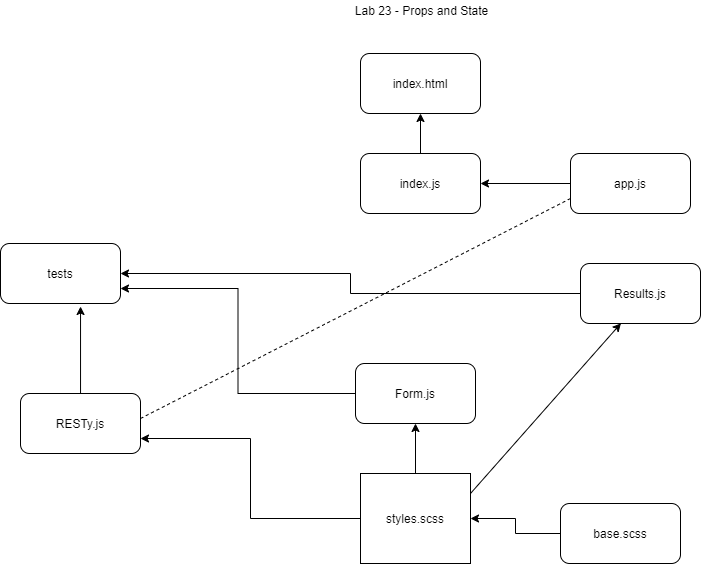
The draw.io diagram whiteboard.png in Shubham-401n16/Props-and-State---Postman-replica, before a commit. Source tidied: cells renumbered, new cells last; positions are measured from the earlier drawing's top-left corner, leaving out a move shared by most shapes. Its diagram source:
```xml
<mxGraphModel>
  <root>
    <mxCell id="0" />
    <mxCell id="1" parent="0" />
    <mxCell id="2" value="index.html" style="rounded=1;whiteSpace=wrap;html=1;" parent="1" vertex="1">
      <mxGeometry x="360" y="53" width="120" height="60" as="geometry" />
    </mxCell>
    <mxCell id="3" style="edgeStyle=orthogonalEdgeStyle;rounded=0;jettySize=auto;html=1;" parent="1" edge="1" source="4" target="2">
      <mxGeometry relative="1" as="geometry" />
    </mxCell>
    <mxCell id="4" value="index.js" style="rounded=1;whiteSpace=wrap;html=1;" parent="1" vertex="1">
      <mxGeometry x="360" y="153" width="120" height="60" as="geometry" />
    </mxCell>
    <mxCell id="5" style="edgeStyle=orthogonalEdgeStyle;rounded=0;jettySize=auto;html=1;entryX=1;entryY=0.5;entryDx=0;entryDy=0;" parent="1" edge="1" source="6" target="4">
      <mxGeometry relative="1" as="geometry" />
    </mxCell>
    <mxCell id="6" value="app.js" style="rounded=1;whiteSpace=wrap;html=1;" parent="1" vertex="1">
      <mxGeometry x="570" y="153" width="120" height="60" as="geometry" />
    </mxCell>
    <mxCell id="7" style="edgeStyle=orthogonalEdgeStyle;rounded=0;jettySize=auto;html=1;entryX=0.667;entryY=1.05;entryDx=0;entryDy=0;entryPerimeter=0;" parent="1" edge="1" source="8" target="13">
      <mxGeometry relative="1" as="geometry" />
    </mxCell>
    <mxCell id="8" value="RESTy.js" style="rounded=1;whiteSpace=wrap;html=1;" parent="1" vertex="1">
      <mxGeometry x="20" y="393" width="120" height="60" as="geometry" />
    </mxCell>
    <mxCell id="9" style="edgeStyle=orthogonalEdgeStyle;rounded=0;jettySize=auto;html=1;entryX=1;entryY=0.75;entryDx=0;entryDy=0;" parent="1" edge="1" source="10" target="13">
      <mxGeometry relative="1" as="geometry" />
    </mxCell>
    <mxCell id="10" value="Form.js" style="rounded=1;whiteSpace=wrap;html=1;" parent="1" vertex="1">
      <mxGeometry x="355" y="363" width="120" height="60" as="geometry" />
    </mxCell>
    <mxCell id="11" style="edgeStyle=orthogonalEdgeStyle;rounded=0;jettySize=auto;html=1;entryX=1;entryY=0.5;entryDx=0;entryDy=0;" parent="1" edge="1" source="12" target="13">
      <mxGeometry relative="1" as="geometry" />
    </mxCell>
    <mxCell id="12" value="Results.js" style="rounded=1;whiteSpace=wrap;html=1;" parent="1" vertex="1">
      <mxGeometry x="580" y="263" width="120" height="60" as="geometry" />
    </mxCell>
    <mxCell id="13" value="tests" style="rounded=1;whiteSpace=wrap;html=1;" parent="1" vertex="1">
      <mxGeometry y="243" width="120" height="60" as="geometry" />
    </mxCell>
    <mxCell id="14" style="edgeStyle=orthogonalEdgeStyle;rounded=0;jettySize=auto;html=1;entryX=1;entryY=0.75;entryDx=0;entryDy=0;" parent="1" edge="1" source="16" target="8">
      <mxGeometry relative="1" as="geometry" />
    </mxCell>
    <mxCell id="15" style="edgeStyle=orthogonalEdgeStyle;rounded=0;jettySize=auto;html=1;entryX=0.5;entryY=1;entryDx=0;entryDy=0;" parent="1" edge="1" source="16" target="10">
      <mxGeometry relative="1" as="geometry" />
    </mxCell>
    <mxCell id="16" value="styles.scss" style="rounded=1;whiteSpace=wrap;html=1;arcSize=0;" parent="1" vertex="1">
      <mxGeometry x="360" y="473" width="110" height="90" as="geometry" />
    </mxCell>
    <mxCell id="17" style="edgeStyle=orthogonalEdgeStyle;rounded=0;jettySize=auto;html=1;exitX=0;exitY=0.5;exitDx=0;exitDy=0;entryX=1;entryY=0.5;entryDx=0;entryDy=0;" parent="1" edge="1" source="18" target="16">
      <mxGeometry relative="1" as="geometry" />
    </mxCell>
    <mxCell id="18" value="base.scss" style="rounded=1;whiteSpace=wrap;html=1;" parent="1" vertex="1">
      <mxGeometry x="560" y="503" width="120" height="60" as="geometry" />
    </mxCell>
    <mxCell id="19" style="endArrow=classic;html=1;entryX=0.337;entryY=0.997;entryDx=0;entryDy=0;entryPerimeter=0;" parent="1" edge="1" target="12">
      <mxGeometry relative="1" as="geometry">
        <mxPoint x="470" y="493" as="sourcePoint" />
      </mxGeometry>
    </mxCell>
    <mxCell id="20" style="endArrow=none;dashed=1;html=1;entryX=0;entryY=0.75;entryDx=0;entryDy=0;" parent="1" edge="1" target="6">
      <mxGeometry relative="1" as="geometry">
        <mxPoint x="140" y="418" as="sourcePoint" />
      </mxGeometry>
    </mxCell>
    <mxCell id="21" value="Lab 23 - Props and State" style="text;html=1;align=center;verticalAlign=middle;" parent="1" vertex="1">
      <mxGeometry x="346" width="150" height="20" as="geometry" />
    </mxCell>
  </root>
</mxGraphModel>
```
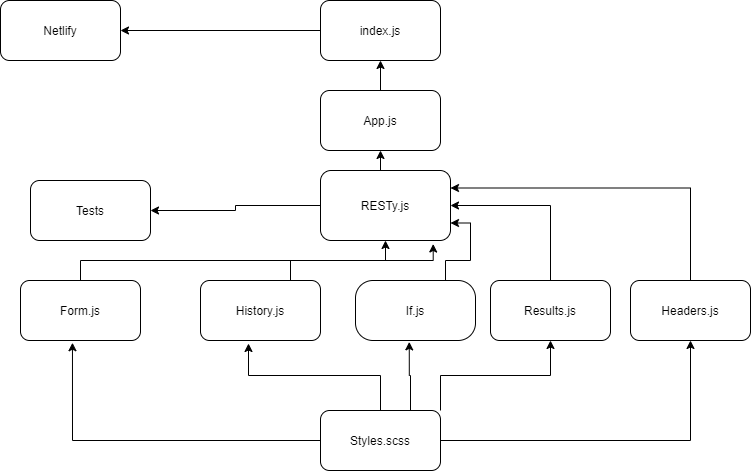
Later version of the same file.

The edit, as a diff of the source:
```diff
@@ -2,69 +2,80 @@
   <root>
     <mxCell id="0" />
     <mxCell id="1" parent="0" />
-    <mxCell id="2" value="index.html" style="rounded=1;whiteSpace=wrap;html=1;" parent="1" vertex="1">
-      <mxGeometry x="360" y="53" width="120" height="60" as="geometry" />
-    </mxCell>
-    <mxCell id="3" style="edgeStyle=orthogonalEdgeStyle;rounded=0;jettySize=auto;html=1;" parent="1" edge="1" source="4" target="2">
-      <mxGeometry relative="1" as="geometry" />
-    </mxCell>
+    <mxCell id="22" value="Netlify" style="rounded=1;whiteSpace=wrap;html=1;" parent="1" vertex="1">
+      <mxGeometry x="60" y="43" width="120" height="60" as="geometry" />
+    </mxCell>
+    <mxCell id="23" style="edgeStyle=orthogonalEdgeStyle;rounded=0;jettySize=auto;html=1;exitX=0;exitY=0.5;exitDx=0;exitDy=0;entryX=1;entryY=0.5;entryDx=0;entryDy=0;" parent="1" edge="1" source="4" target="22">
+      <mxGeometry relative="1" as="geometry" />
+    </mxCell>
     <mxCell id="4" value="index.js" style="rounded=1;whiteSpace=wrap;html=1;" parent="1" vertex="1">
-      <mxGeometry x="360" y="153" width="120" height="60" as="geometry" />
+      <mxGeometry x="380" y="43" width="120" height="60" as="geometry" />
     </mxCell>
-    <mxCell id="5" style="edgeStyle=orthogonalEdgeStyle;rounded=0;jettySize=auto;html=1;entryX=1;entryY=0.5;entryDx=0;entryDy=0;" parent="1" edge="1" source="6" target="4">
-      <mxGeometry relative="1" as="geometry" />
-    </mxCell>
-    <mxCell id="6" value="app.js" style="rounded=1;whiteSpace=wrap;html=1;" parent="1" vertex="1">
-      <mxGeometry x="570" y="153" width="120" height="60" as="geometry" />
-    </mxCell>
-    <mxCell id="7" style="edgeStyle=orthogonalEdgeStyle;rounded=0;jettySize=auto;html=1;entryX=0.667;entryY=1.05;entryDx=0;entryDy=0;entryPerimeter=0;" parent="1" edge="1" source="8" target="13">
-      <mxGeometry relative="1" as="geometry" />
-    </mxCell>
+    <mxCell id="24" style="edgeStyle=orthogonalEdgeStyle;rounded=0;jettySize=auto;html=1;exitX=0.5;exitY=0;exitDx=0;exitDy=0;entryX=0.5;entryY=1;entryDx=0;entryDy=0;" parent="1" edge="1" source="25" target="4">
+      <mxGeometry relative="1" as="geometry" />
+    </mxCell>
+    <mxCell id="25" value="App.js" style="rounded=1;whiteSpace=wrap;html=1;" parent="1" vertex="1">
+      <mxGeometry x="380" y="133" width="120" height="60" as="geometry" />
+    </mxCell>
+    <mxCell id="26" style="edgeStyle=orthogonalEdgeStyle;rounded=0;jettySize=auto;html=1;exitX=0.5;exitY=0;exitDx=0;exitDy=0;entryX=0.5;entryY=1;entryDx=0;entryDy=0;" parent="1" edge="1" source="8" target="25">
+      <mxGeometry relative="1" as="geometry" />
+    </mxCell>
+    <mxCell id="27" style="edgeStyle=orthogonalEdgeStyle;rounded=0;jettySize=auto;html=1;entryX=1;entryY=0.5;entryDx=0;entryDy=0;" parent="1" edge="1" source="8" target="42">
+      <mxGeometry relative="1" as="geometry" />
+    </mxCell>
     <mxCell id="8" value="RESTy.js" style="rounded=1;whiteSpace=wrap;html=1;" parent="1" vertex="1">
-      <mxGeometry x="20" y="393" width="120" height="60" as="geometry" />
+      <mxGeometry x="380" y="213" width="130" height="70" as="geometry" />
     </mxCell>
-    <mxCell id="9" style="edgeStyle=orthogonalEdgeStyle;rounded=0;jettySize=auto;html=1;entryX=1;entryY=0.75;entryDx=0;entryDy=0;" parent="1" edge="1" source="10" target="13">
-      <mxGeometry relative="1" as="geometry" />
-    </mxCell>
+    <mxCell id="28" style="edgeStyle=orthogonalEdgeStyle;rounded=0;jettySize=auto;html=1;exitX=0.5;exitY=0;exitDx=0;exitDy=0;" parent="1" edge="1" source="10" target="8">
+      <mxGeometry relative="1" as="geometry" />
+    </mxCell>
     <mxCell id="10" value="Form.js" style="rounded=1;whiteSpace=wrap;html=1;" parent="1" vertex="1">
-      <mxGeometry x="355" y="363" width="120" height="60" as="geometry" />
+      <mxGeometry x="80" y="323" width="120" height="60" as="geometry" />
     </mxCell>
-    <mxCell id="11" style="edgeStyle=orthogonalEdgeStyle;rounded=0;jettySize=auto;html=1;entryX=1;entryY=0.5;entryDx=0;entryDy=0;" parent="1" edge="1" source="12" target="13">
-      <mxGeometry relative="1" as="geometry" />
-    </mxCell>
+    <mxCell id="29" style="edgeStyle=orthogonalEdgeStyle;rounded=0;jettySize=auto;html=1;exitX=0.75;exitY=0;exitDx=0;exitDy=0;entryX=0.867;entryY=1.05;entryDx=0;entryDy=0;entryPerimeter=0;" parent="1" edge="1" source="30" target="8">
+      <mxGeometry relative="1" as="geometry" />
+    </mxCell>
+    <mxCell id="30" value="History.js" style="rounded=1;whiteSpace=wrap;html=1;" parent="1" vertex="1">
+      <mxGeometry x="260" y="323" width="120" height="60" as="geometry" />
+    </mxCell>
+    <mxCell id="31" style="edgeStyle=orthogonalEdgeStyle;rounded=0;jettySize=auto;html=1;exitX=0.75;exitY=0;exitDx=0;exitDy=0;entryX=1;entryY=0.75;entryDx=0;entryDy=0;" parent="1" edge="1" source="32" target="8">
+      <mxGeometry relative="1" as="geometry" />
+    </mxCell>
+    <mxCell id="32" value="If.js" style="rounded=1;whiteSpace=wrap;html=1;arcSize=29;" parent="1" vertex="1">
+      <mxGeometry x="415" y="323" width="120" height="60" as="geometry" />
+    </mxCell>
+    <mxCell id="33" style="edgeStyle=orthogonalEdgeStyle;rounded=0;jettySize=auto;html=1;exitX=0.5;exitY=0;exitDx=0;exitDy=0;entryX=1;entryY=0.5;entryDx=0;entryDy=0;" parent="1" edge="1" source="12" target="8">
+      <mxGeometry relative="1" as="geometry" />
+    </mxCell>
     <mxCell id="12" value="Results.js" style="rounded=1;whiteSpace=wrap;html=1;" parent="1" vertex="1">
-      <mxGeometry x="580" y="263" width="120" height="60" as="geometry" />
+      <mxGeometry x="550" y="323" width="120" height="60" as="geometry" />
     </mxCell>
-    <mxCell id="13" value="tests" style="rounded=1;whiteSpace=wrap;html=1;" parent="1" vertex="1">
-      <mxGeometry y="243" width="120" height="60" as="geometry" />
-    </mxCell>
-    <mxCell id="14" style="edgeStyle=orthogonalEdgeStyle;rounded=0;jettySize=auto;html=1;entryX=1;entryY=0.75;entryDx=0;entryDy=0;" parent="1" edge="1" source="16" target="8">
-      <mxGeometry relative="1" as="geometry" />
-    </mxCell>
-    <mxCell id="15" style="edgeStyle=orthogonalEdgeStyle;rounded=0;jettySize=auto;html=1;entryX=0.5;entryY=1;entryDx=0;entryDy=0;" parent="1" edge="1" source="16" target="10">
-      <mxGeometry relative="1" as="geometry" />
-    </mxCell>
-    <mxCell id="16" value="styles.scss" style="rounded=1;whiteSpace=wrap;html=1;arcSize=0;" parent="1" vertex="1">
-      <mxGeometry x="360" y="473" width="110" height="90" as="geometry" />
-    </mxCell>
-    <mxCell id="17" style="edgeStyle=orthogonalEdgeStyle;rounded=0;jettySize=auto;html=1;exitX=0;exitY=0.5;exitDx=0;exitDy=0;entryX=1;entryY=0.5;entryDx=0;entryDy=0;" parent="1" edge="1" source="18" target="16">
-      <mxGeometry relative="1" as="geometry" />
-    </mxCell>
-    <mxCell id="18" value="base.scss" style="rounded=1;whiteSpace=wrap;html=1;" parent="1" vertex="1">
-      <mxGeometry x="560" y="503" width="120" height="60" as="geometry" />
-    </mxCell>
-    <mxCell id="19" style="endArrow=classic;html=1;entryX=0.337;entryY=0.997;entryDx=0;entryDy=0;entryPerimeter=0;" parent="1" edge="1" target="12">
-      <mxGeometry relative="1" as="geometry">
-        <mxPoint x="470" y="493" as="sourcePoint" />
-      </mxGeometry>
-    </mxCell>
-    <mxCell id="20" style="endArrow=none;dashed=1;html=1;entryX=0;entryY=0.75;entryDx=0;entryDy=0;" parent="1" edge="1" target="6">
-      <mxGeometry relative="1" as="geometry">
-        <mxPoint x="140" y="418" as="sourcePoint" />
-      </mxGeometry>
-    </mxCell>
-    <mxCell id="21" value="Lab 23 - Props and State" style="text;html=1;align=center;verticalAlign=middle;" parent="1" vertex="1">
-      <mxGeometry x="346" width="150" height="20" as="geometry" />
-    </mxCell>
+    <mxCell id="34" style="edgeStyle=orthogonalEdgeStyle;rounded=0;jettySize=auto;html=1;exitX=0.5;exitY=0;exitDx=0;exitDy=0;entryX=1;entryY=0.25;entryDx=0;entryDy=0;" parent="1" edge="1" source="35" target="8">
+      <mxGeometry relative="1" as="geometry" />
+    </mxCell>
+    <mxCell id="35" value="Headers.js" style="rounded=1;whiteSpace=wrap;html=1;" parent="1" vertex="1">
+      <mxGeometry x="690" y="323" width="120" height="60" as="geometry" />
+    </mxCell>
+    <mxCell id="36" style="edgeStyle=orthogonalEdgeStyle;rounded=0;jettySize=auto;html=1;entryX=0.433;entryY=1.037;entryDx=0;entryDy=0;entryPerimeter=0;" parent="1" edge="1" source="41" target="10">
+      <mxGeometry relative="1" as="geometry" />
+    </mxCell>
+    <mxCell id="37" style="edgeStyle=orthogonalEdgeStyle;rounded=0;jettySize=auto;html=1;exitX=0.5;exitY=0;exitDx=0;exitDy=0;entryX=0.4;entryY=1.05;entryDx=0;entryDy=0;entryPerimeter=0;" parent="1" edge="1" source="41" target="30">
+      <mxGeometry relative="1" as="geometry" />
+    </mxCell>
+    <mxCell id="38" style="edgeStyle=orthogonalEdgeStyle;rounded=0;jettySize=auto;html=1;exitX=0.75;exitY=0;exitDx=0;exitDy=0;entryX=0.448;entryY=1.023;entryDx=0;entryDy=0;entryPerimeter=0;" parent="1" edge="1" source="41" target="32">
+      <mxGeometry relative="1" as="geometry" />
+    </mxCell>
+    <mxCell id="39" style="edgeStyle=orthogonalEdgeStyle;rounded=0;jettySize=auto;html=1;exitX=1;exitY=0;exitDx=0;exitDy=0;" parent="1" edge="1" source="41" target="12">
+      <mxGeometry relative="1" as="geometry" />
+    </mxCell>
+    <mxCell id="40" style="edgeStyle=orthogonalEdgeStyle;rounded=0;jettySize=auto;html=1;exitX=1;exitY=0.5;exitDx=0;exitDy=0;entryX=0.5;entryY=1;entryDx=0;entryDy=0;" parent="1" edge="1" source="41" target="35">
+      <mxGeometry relative="1" as="geometry" />
+    </mxCell>
+    <mxCell id="41" value="Styles.scss" style="rounded=1;whiteSpace=wrap;html=1;" parent="1" vertex="1">
+      <mxGeometry x="380" y="453" width="120" height="60" as="geometry" />
+    </mxCell>
+    <mxCell id="42" value="Tests" style="rounded=1;whiteSpace=wrap;html=1;" parent="1" vertex="1">
+      <mxGeometry x="90" y="223" width="120" height="60" as="geometry" />
+    </mxCell>
   </root>
 </mxGraphModel>
```
